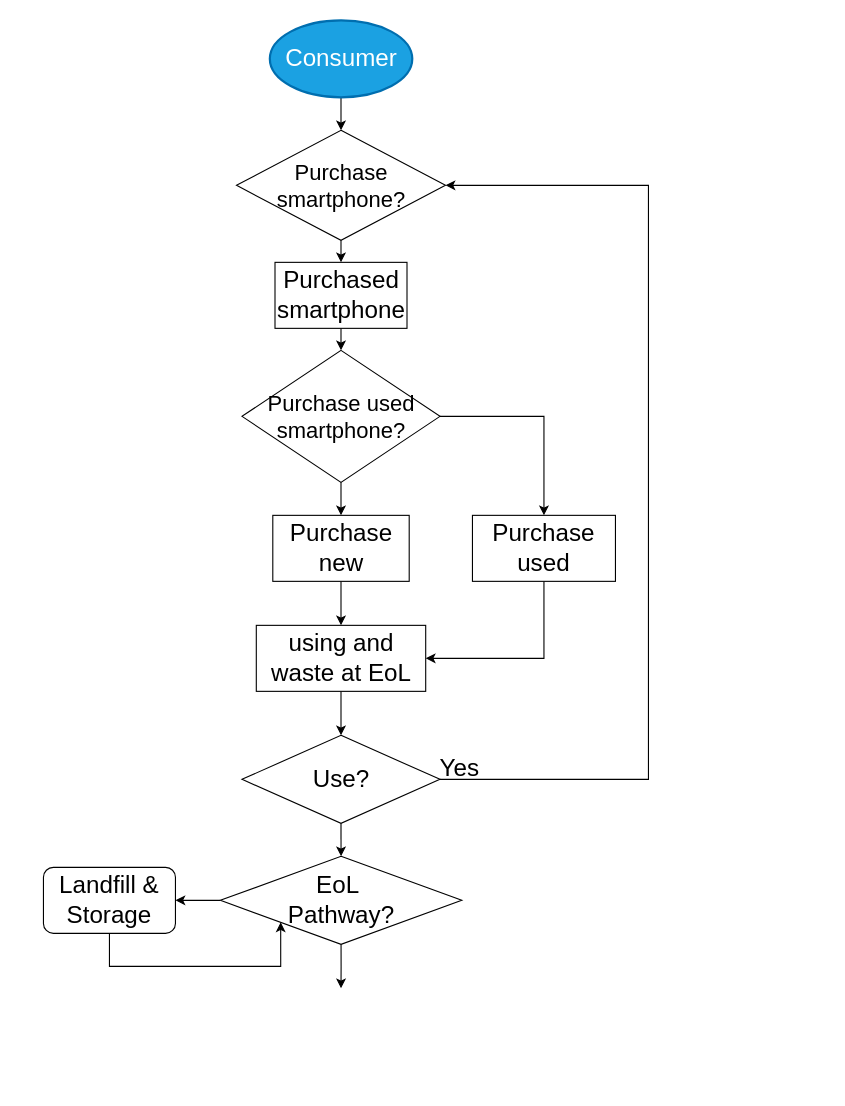
The draw.io diagram supplementary/consumer_decision_tree.drawio in jungletada/ABMSF, before the edit. Source tidied: cells renumbered, new cells numbered last; positions are measured from the earlier drawing's top-left corner, leaving out a move shared by most shapes. Both pictures are drawn from the tidied source at 110%, with x=0, y=0 at pixel (43, 20).
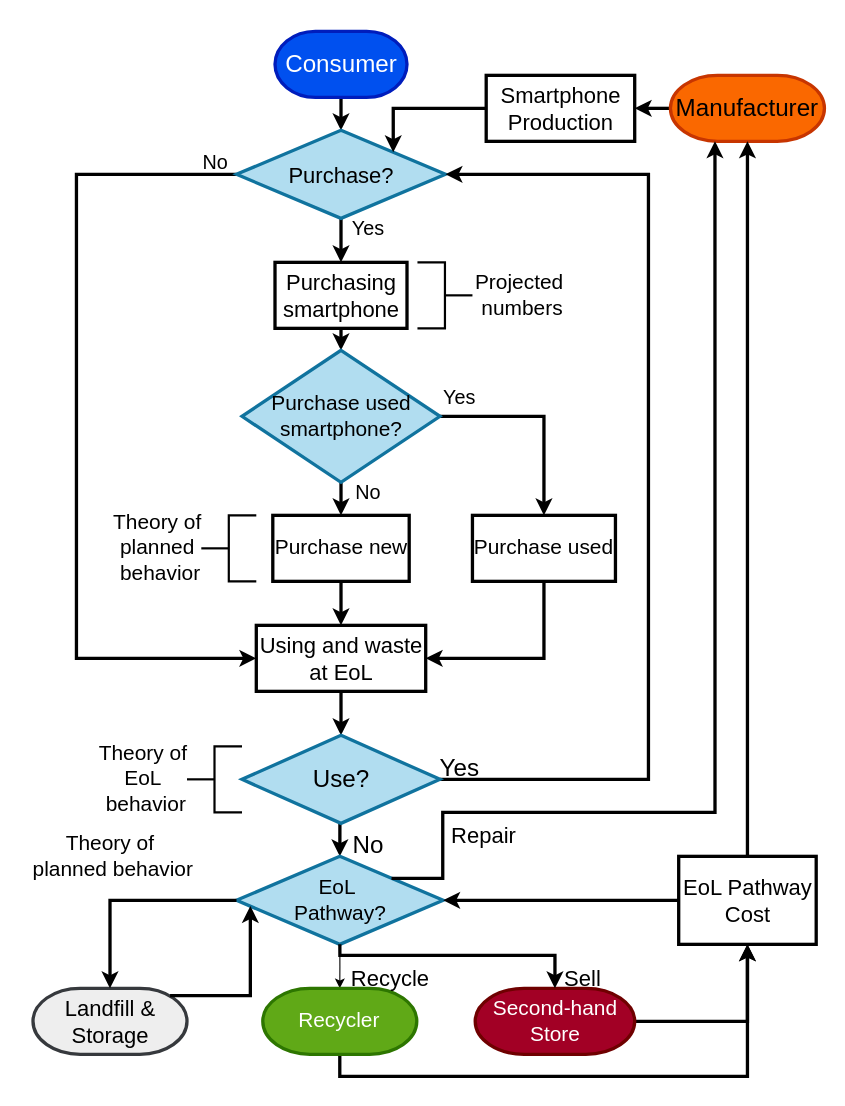
The same page after the edit.

The edit, as a diff of the source:
```diff
@@
-    <mxCell id="2" style="edgeStyle=orthogonalEdgeStyle;rounded=0;jettySize=auto;html=1;exitX=0.5;exitY=1;exitDx=0;exitDy=0;entryX=0.5;entryY=0;entryDx=0;entryDy=0;" parent="1" edge="1" target="4">
+    <mxCell id="2" style="edgeStyle=orthogonalEdgeStyle;rounded=0;jettySize=auto;html=1;exitX=0.5;exitY=1;exitDx=0;exitDy=0;entryX=0.5;entryY=0;entryDx=0;entryDy=0;strokeWidth=3;" parent="1" edge="1" target="4">
       <mxGeometry relative="1" as="geometry">
         <mxPoint x="270.5" y="70" as="sourcePoint" />
       </mxGeometry>
     </mxCell>
-    <mxCell id="3" style="edgeStyle=orthogonalEdgeStyle;rounded=0;jettySize=auto;html=1;exitX=0.5;exitY=1;exitDx=0;exitDy=0;entryX=0.5;entryY=0;entryDx=0;entryDy=0;" parent="1" edge="1" source="4" target="8">
+    <mxCell id="3" style="edgeStyle=orthogonalEdgeStyle;rounded=0;jettySize=auto;html=1;exitX=0.5;exitY=1;exitDx=0;exitDy=0;entryX=0.5;entryY=0;entryDx=0;entryDy=0;strokeWidth=3;" parent="1" edge="1" source="4" target="8">
       <mxGeometry relative="1" as="geometry" />
     </mxCell>
+    <mxCell id="26" style="edgeStyle=orthogonalEdgeStyle;rounded=0;jettySize=auto;html=1;entryX=0;entryY=0.5;entryDx=0;entryDy=0;exitX=0;exitY=0.5;exitDx=0;exitDy=0;strokeWidth=3;" parent="1" edge="1" source="4" target="15">
+      <mxGeometry relative="1" as="geometry">
+        <Array as="points">
+          <mxPoint x="30" y="140" />
+          <mxPoint x="30" y="580" />
+        </Array>
+      </mxGeometry>
+    </mxCell>
-    <mxCell id="4" value="&lt;font style=&quot;font-size: 20px;&quot;&gt;Purchase smartphone?&lt;/font&gt;" style="rhombus;whiteSpace=wrap;html=1;fontSize=20;" parent="1" vertex="1">
-      <mxGeometry x="175.5" y="100" width="190" height="100" as="geometry" />
+    <mxCell id="4" value="&lt;font style=&quot;font-size: 20px;&quot;&gt;Purchase?&lt;/font&gt;" style="rhombus;whiteSpace=wrap;html=1;fontSize=20;strokeWidth=3;fillColor=#b1ddf0;strokeColor=#10739e;" parent="1" vertex="1">
+      <mxGeometry x="175.5" y="100" width="190" height="80" as="geometry" />
     </mxCell>
-    <mxCell id="5" style="edgeStyle=orthogonalEdgeStyle;rounded=0;jettySize=auto;html=1;exitX=0.5;exitY=1;exitDx=0;exitDy=0;entryX=1;entryY=0.5;entryDx=0;entryDy=0;" parent="1" edge="1" source="6" target="15">
+    <mxCell id="5" style="edgeStyle=orthogonalEdgeStyle;rounded=0;jettySize=auto;html=1;exitX=0.5;exitY=1;exitDx=0;exitDy=0;entryX=1;entryY=0.5;entryDx=0;entryDy=0;strokeWidth=3;" parent="1" edge="1" source="6" target="15">
       <mxGeometry relative="1" as="geometry" />
     </mxCell>
-    <mxCell id="6" value="&lt;font style=&quot;font-size: 22px;&quot;&gt;Purchase used&lt;/font&gt;" style="rounded=0;whiteSpace=wrap;html=1;" parent="1" vertex="1">
+    <mxCell id="6" value="&lt;font style=&quot;font-size: 19px;&quot;&gt;Purchase used&lt;/font&gt;" style="rounded=0;whiteSpace=wrap;html=1;fontSize=19;strokeWidth=3;" parent="1" vertex="1">
       <mxGeometry x="390" y="450" width="130" height="60" as="geometry" />
     </mxCell>
-    <mxCell id="7" style="edgeStyle=orthogonalEdgeStyle;rounded=0;jettySize=auto;html=1;exitX=0.5;exitY=1;exitDx=0;exitDy=0;entryX=0.5;entryY=0;entryDx=0;entryDy=0;" parent="1" edge="1" source="8" target="11">
+    <mxCell id="7" style="edgeStyle=orthogonalEdgeStyle;rounded=0;jettySize=auto;html=1;exitX=0.5;exitY=1;exitDx=0;exitDy=0;entryX=0.5;entryY=0;entryDx=0;entryDy=0;strokeWidth=3;" parent="1" edge="1" source="8" target="11">
       <mxGeometry relative="1" as="geometry" />
     </mxCell>
-    <mxCell id="8" value="Purchased smartphone" style="rounded=0;whiteSpace=wrap;html=1;fontSize=22;" parent="1" vertex="1">
+    <mxCell id="8" value="Purchasing smartphone" style="rounded=0;whiteSpace=wrap;html=1;fontSize=20;strokeWidth=3;" parent="1" vertex="1">
       <mxGeometry x="210.5" y="220" width="120" height="60" as="geometry" />
     </mxCell>
-    <mxCell id="9" style="edgeStyle=orthogonalEdgeStyle;rounded=0;jettySize=auto;html=1;exitX=0.5;exitY=1;exitDx=0;exitDy=0;entryX=0.5;entryY=0;entryDx=0;entryDy=0;" parent="1" edge="1" source="11" target="13">
+    <mxCell id="9" style="edgeStyle=orthogonalEdgeStyle;rounded=0;jettySize=auto;html=1;exitX=0.5;exitY=1;exitDx=0;exitDy=0;entryX=0.5;entryY=0;entryDx=0;entryDy=0;strokeWidth=3;" parent="1" edge="1" source="11" target="13">
       <mxGeometry relative="1" as="geometry" />
     </mxCell>
-    <mxCell id="10" style="edgeStyle=orthogonalEdgeStyle;rounded=0;jettySize=auto;html=1;exitX=1;exitY=0.5;exitDx=0;exitDy=0;" parent="1" edge="1" source="11" target="6">
+    <mxCell id="10" style="edgeStyle=orthogonalEdgeStyle;rounded=0;jettySize=auto;html=1;exitX=1;exitY=0.5;exitDx=0;exitDy=0;strokeWidth=3;" parent="1" edge="1" source="11" target="6">
       <mxGeometry relative="1" as="geometry" />
     </mxCell>
-    <mxCell id="11" value="&lt;div style=&quot;font-size: 20px;&quot;&gt;&lt;span style=&quot;font-size: 20px; background-color: initial;&quot;&gt;Purchase used smartphone?&lt;/span&gt;&lt;br style=&quot;font-size: 20px;&quot;&gt;&lt;/div&gt;" style="rhombus;whiteSpace=wrap;html=1;fontSize=20;" parent="1" vertex="1">
+    <mxCell id="11" value="&lt;div style=&quot;font-size: 19px;&quot;&gt;&lt;span style=&quot;font-size: 19px; background-color: initial;&quot;&gt;Purchase used smartphone?&lt;/span&gt;&lt;br style=&quot;font-size: 19px;&quot;&gt;&lt;/div&gt;" style="rhombus;whiteSpace=wrap;html=1;fontSize=19;strokeWidth=3;fillColor=#b1ddf0;strokeColor=#10739e;" parent="1" vertex="1">
       <mxGeometry x="180.5" y="300" width="180" height="120" as="geometry" />
     </mxCell>
-    <mxCell id="12" style="edgeStyle=orthogonalEdgeStyle;rounded=0;jettySize=auto;html=1;exitX=0.5;exitY=1;exitDx=0;exitDy=0;entryX=0.5;entryY=0;entryDx=0;entryDy=0;" parent="1" edge="1" source="13" target="15">
+    <mxCell id="12" style="edgeStyle=orthogonalEdgeStyle;rounded=0;jettySize=auto;html=1;exitX=0.5;exitY=1;exitDx=0;exitDy=0;entryX=0.5;entryY=0;entryDx=0;entryDy=0;strokeWidth=3;" parent="1" edge="1" source="13" target="15">
       <mxGeometry relative="1" as="geometry" />
     </mxCell>
-    <mxCell id="13" value="&lt;font style=&quot;font-size: 22px;&quot;&gt;Purchase new&lt;/font&gt;" style="rounded=0;whiteSpace=wrap;html=1;" parent="1" vertex="1">
+    <mxCell id="13" value="&lt;font style=&quot;font-size: 19px;&quot;&gt;Purchase new&lt;/font&gt;" style="rounded=0;whiteSpace=wrap;html=1;fontSize=19;strokeWidth=3;" parent="1" vertex="1">
       <mxGeometry x="208.5" y="450" width="124" height="60" as="geometry" />
     </mxCell>
-    <mxCell id="14" style="edgeStyle=orthogonalEdgeStyle;rounded=0;jettySize=auto;html=1;exitX=0.5;exitY=1;exitDx=0;exitDy=0;" parent="1" edge="1" source="15" target="18">
+    <mxCell id="14" style="edgeStyle=orthogonalEdgeStyle;rounded=0;jettySize=auto;html=1;exitX=0.5;exitY=1;exitDx=0;exitDy=0;strokeWidth=3;" parent="1" edge="1" source="15" target="18">
       <mxGeometry relative="1" as="geometry" />
     </mxCell>
-    <mxCell id="15" value="&lt;font style=&quot;font-size: 22px;&quot;&gt;using and waste at EoL&lt;/font&gt;" style="rounded=0;whiteSpace=wrap;html=1;" parent="1" vertex="1">
+    <mxCell id="15" value="&lt;font style=&quot;font-size: 20px;&quot;&gt;Using and waste at EoL&lt;/font&gt;" style="rounded=0;whiteSpace=wrap;html=1;fontSize=20;strokeWidth=3;" parent="1" vertex="1">
       <mxGeometry x="193.5" y="550" width="154" height="60" as="geometry" />
     </mxCell>
-    <mxCell id="16" style="edgeStyle=orthogonalEdgeStyle;rounded=0;jettySize=auto;html=1;exitX=1;exitY=0.5;exitDx=0;exitDy=0;entryX=1;entryY=0.5;entryDx=0;entryDy=0;" parent="1" edge="1" source="18" target="4">
+    <mxCell id="16" style="edgeStyle=orthogonalEdgeStyle;rounded=0;jettySize=auto;html=1;exitX=1;exitY=0.5;exitDx=0;exitDy=0;entryX=1;entryY=0.5;entryDx=0;entryDy=0;strokeWidth=3;" parent="1" edge="1" source="18" target="4">
       <mxGeometry relative="1" as="geometry">
         <Array as="points">
           <mxPoint x="550" y="690" />
-          <mxPoint x="550" y="150" />
+          <mxPoint x="550" y="140" />
         </Array>
       </mxGeometry>
     </mxCell>
-    <mxCell id="17" style="edgeStyle=orthogonalEdgeStyle;rounded=0;jettySize=auto;html=1;exitX=0.5;exitY=1;exitDx=0;exitDy=0;entryX=0.5;entryY=0;entryDx=0;entryDy=0;" parent="1" edge="1" source="18" target="22">
+    <mxCell id="17" style="edgeStyle=orthogonalEdgeStyle;rounded=0;jettySize=auto;html=1;exitX=0.5;exitY=1;exitDx=0;exitDy=0;entryX=0.5;entryY=0;entryDx=0;entryDy=0;strokeWidth=3;" parent="1" edge="1" source="18" target="22">
       <mxGeometry relative="1" as="geometry" />
     </mxCell>
-    <mxCell id="18" value="&lt;div style=&quot;font-size: 22px;&quot;&gt;&lt;span style=&quot;font-size: 22px; background-color: initial;&quot;&gt;Use?&lt;/span&gt;&lt;br style=&quot;font-size: 22px;&quot;&gt;&lt;/div&gt;" style="rhombus;whiteSpace=wrap;html=1;fontSize=22;" parent="1" vertex="1">
+    <mxCell id="18" value="&lt;div style=&quot;font-size: 22px;&quot;&gt;&lt;span style=&quot;font-size: 22px; background-color: initial;&quot;&gt;Use?&lt;/span&gt;&lt;br style=&quot;font-size: 22px;&quot;&gt;&lt;/div&gt;" style="rhombus;whiteSpace=wrap;html=1;fontSize=22;strokeWidth=3;fillColor=#b1ddf0;strokeColor=#10739e;" parent="1" vertex="1">
       <mxGeometry x="180.5" y="650" width="180" height="80" as="geometry" />
     </mxCell>
@@
-    <mxCell id="20" style="edgeStyle=orthogonalEdgeStyle;rounded=0;jettySize=auto;html=1;exitX=0;exitY=0.5;exitDx=0;exitDy=0;entryX=1;entryY=0.5;entryDx=0;entryDy=0;" parent="1" edge="1" source="22" target="24">
-      <mxGeometry relative="1" as="geometry" />
-    </mxCell>
-    <mxCell id="21" style="edgeStyle=orthogonalEdgeStyle;rounded=0;jettySize=auto;html=1;exitX=0.5;exitY=1;exitDx=0;exitDy=0;entryX=0.5;entryY=0;entryDx=0;entryDy=0;" parent="1" edge="1" source="22">
-      <mxGeometry relative="1" as="geometry">
-        <mxPoint x="270.5" y="880" as="targetPoint" />
-      </mxGeometry>
+    <mxCell id="21" style="edgeStyle=orthogonalEdgeStyle;rounded=0;jettySize=auto;html=1;exitX=0.5;exitY=1;exitDx=0;exitDy=0;entryX=0.5;entryY=0;entryDx=0;entryDy=0;entryPerimeter=0;" parent="1" edge="1" source="22" target="40">
+      <mxGeometry relative="1" as="geometry" />
     </mxCell>
-    <mxCell id="22" value="&lt;div style=&quot;font-size: 22px;&quot;&gt;&lt;span style=&quot;font-size: 22px; background-color: initial;&quot;&gt;EoL&amp;nbsp;&lt;/span&gt;&lt;/div&gt;&lt;div style=&quot;font-size: 22px;&quot;&gt;&lt;span style=&quot;font-size: 22px; background-color: initial;&quot;&gt;Pathway?&lt;/span&gt;&lt;br style=&quot;font-size: 22px;&quot;&gt;&lt;/div&gt;" style="rhombus;whiteSpace=wrap;html=1;fontSize=22;" parent="1" vertex="1">
-      <mxGeometry x="160.8" y="760" width="219.5" height="80" as="geometry" />
+    <mxCell id="22" value="&lt;div style=&quot;font-size: 19px;&quot;&gt;&lt;span style=&quot;font-size: 19px; background-color: initial;&quot;&gt;EoL&amp;nbsp;&lt;/span&gt;&lt;/div&gt;&lt;div style=&quot;font-size: 19px;&quot;&gt;&lt;span style=&quot;font-size: 19px; background-color: initial;&quot;&gt;Pathway?&lt;/span&gt;&lt;br style=&quot;font-size: 19px;&quot;&gt;&lt;/div&gt;" style="rhombus;whiteSpace=wrap;html=1;fontSize=19;strokeWidth=3;fillColor=#b1ddf0;strokeColor=#10739e;" parent="1" vertex="1">
+      <mxGeometry x="175.5" y="760" width="187.9" height="80" as="geometry" />
     </mxCell>
+    <mxCell id="25" value="&lt;span style=&quot;color: rgb(255, 255, 255); font-size: 22px;&quot;&gt;Consumer&lt;/span&gt;" style="strokeWidth=3;html=1;shape=mxgraph.flowchart.terminator;whiteSpace=wrap;fillColor=#0050ef;strokeColor=#001DBC;fontColor=#ffffff;" parent="1" vertex="1">
+      <mxGeometry x="210.5" y="10" width="120" height="60" as="geometry" />
+    </mxCell>
+    <mxCell id="27" style="strokeWidth=2;html=1;shape=mxgraph.flowchart.annotation_2;align=left;labelPosition=right;rotation=-180;" parent="1" vertex="1">
+      <mxGeometry x="340" y="220" width="50" height="60" as="geometry" />
+    </mxCell>
+    <mxCell id="28" value="&lt;font style=&quot;font-size: 19px;&quot;&gt;Projected&amp;nbsp;&lt;/font&gt;&lt;div style=&quot;font-size: 19px;&quot;&gt;&lt;font style=&quot;font-size: 19px;&quot;&gt;numbers&lt;/font&gt;&lt;/div&gt;" style="text;html=1;align=center;verticalAlign=middle;strokeColor=none;fillColor=none;" parent="1" vertex="1">
+      <mxGeometry x="380.2" y="220" width="110" height="60" as="geometry" />
+    </mxCell>
+    <mxCell id="29" value="&lt;font style=&quot;font-size: 18px;&quot;&gt;Yes&lt;/font&gt;" style="text;html=1;align=center;verticalAlign=middle;strokeColor=none;fillColor=none;" parent="1" vertex="1">
+      <mxGeometry x="352.5" y="323" width="50" height="40" as="geometry" />
+    </mxCell>
+    <mxCell id="30" value="&lt;font style=&quot;font-size: 18px;&quot;&gt;No&lt;/font&gt;" style="text;html=1;align=center;verticalAlign=middle;strokeColor=none;fillColor=none;" parent="1" vertex="1">
+      <mxGeometry x="270" y="410" width="50" height="40" as="geometry" />
+    </mxCell>
+    <mxCell id="31" style="strokeWidth=2;html=1;shape=mxgraph.flowchart.annotation_2;align=left;labelPosition=right;" parent="1" vertex="1">
+      <mxGeometry x="143.5" y="450" width="50" height="60" as="geometry" />
+    </mxCell>
+    <mxCell id="32" value="&lt;span style=&quot;font-size: 19px;&quot;&gt;Theory of&amp;nbsp;&lt;br&gt;planned&amp;nbsp;&lt;/span&gt;&lt;div&gt;&lt;span style=&quot;font-size: 19px;&quot;&gt;behavior&lt;/span&gt;&lt;/div&gt;" style="text;html=1;align=center;verticalAlign=middle;strokeColor=none;fillColor=none;" parent="1" vertex="1">
+      <mxGeometry x="50.8" y="440" width="110" height="80" as="geometry" />
+    </mxCell>
+    <mxCell id="33" value="&lt;font style=&quot;font-size: 18px;&quot;&gt;Yes&lt;/font&gt;" style="text;html=1;align=center;verticalAlign=middle;strokeColor=none;fillColor=none;" parent="1" vertex="1">
+      <mxGeometry x="270" y="170" width="50" height="40" as="geometry" />
+    </mxCell>
+    <mxCell id="34" value="&lt;font style=&quot;font-size: 18px;&quot;&gt;No&lt;/font&gt;" style="text;html=1;align=center;verticalAlign=middle;strokeColor=none;fillColor=none;" parent="1" vertex="1">
+      <mxGeometry x="130.5" y="110" width="50" height="40" as="geometry" />
+    </mxCell>
+    <mxCell id="35" value="&lt;font style=&quot;font-size: 22px;&quot;&gt;No&lt;/font&gt;" style="text;html=1;align=center;verticalAlign=middle;strokeColor=none;fillColor=none;" parent="1" vertex="1">
+      <mxGeometry x="270" y="730" width="50" height="40" as="geometry" />
+    </mxCell>
+    <mxCell id="36" style="strokeWidth=2;html=1;shape=mxgraph.flowchart.annotation_2;align=left;labelPosition=right;" parent="1" vertex="1">
+      <mxGeometry x="130.5" y="660" width="50" height="60" as="geometry" />
+    </mxCell>
+    <mxCell id="37" value="&lt;span style=&quot;font-size: 19px;&quot;&gt;Theory of&amp;nbsp;&lt;br&gt;EoL&amp;nbsp;&lt;/span&gt;&lt;div&gt;&lt;span style=&quot;font-size: 19px;&quot;&gt;behavior&lt;/span&gt;&lt;/div&gt;" style="text;html=1;align=center;verticalAlign=middle;strokeColor=none;fillColor=none;" parent="1" vertex="1">
+      <mxGeometry x="37.8" y="650" width="110" height="80" as="geometry" />
+    </mxCell>
+    <mxCell id="24" value="&lt;span style=&quot;font-size: 20px;&quot;&gt;Landfill &amp;amp; Storage&lt;/span&gt;" style="strokeWidth=3;html=1;shape=mxgraph.flowchart.terminator;whiteSpace=wrap;fontSize=20;fillColor=#eeeeee;strokeColor=#36393d;" parent="1" vertex="1">
+      <mxGeometry x="-9.5" y="880" width="140" height="60" as="geometry" />
+    </mxCell>
+    <mxCell id="38" style="edgeStyle=orthogonalEdgeStyle;rounded=0;jettySize=auto;html=1;exitX=1;exitY=0.5;exitDx=0;exitDy=0;exitPerimeter=0;strokeWidth=3;" parent="1" edge="1" source="49" target="46">
+      <mxGeometry relative="1" as="geometry" />
+    </mxCell>
+    <mxCell id="39" style="edgeStyle=orthogonalEdgeStyle;rounded=0;jettySize=auto;html=1;exitX=0.5;exitY=1;exitDx=0;exitDy=0;exitPerimeter=0;entryX=0.5;entryY=1;entryDx=0;entryDy=0;strokeWidth=3;" parent="1" edge="1" source="40" target="46">
+      <mxGeometry relative="1" as="geometry" />
+    </mxCell>
+    <mxCell id="40" value="&lt;font style=&quot;font-size: 19px;&quot;&gt;Recycler&lt;/font&gt;" style="strokeWidth=3;html=1;shape=mxgraph.flowchart.terminator;whiteSpace=wrap;fillColor=#60a917;fontColor=#ffffff;strokeColor=#2D7600;" parent="1" vertex="1">
+      <mxGeometry x="199.4" y="880" width="140" height="60" as="geometry" />
+    </mxCell>
+    <mxCell id="41" style="edgeStyle=orthogonalEdgeStyle;rounded=0;jettySize=auto;html=1;exitX=0;exitY=0.5;exitDx=0;exitDy=0;exitPerimeter=0;entryX=1;entryY=0.5;entryDx=0;entryDy=0;strokeWidth=3;" parent="1" edge="1" source="42" target="44">
+      <mxGeometry relative="1" as="geometry" />
+    </mxCell>
+    <mxCell id="42" value="&lt;span style=&quot;font-size: 22px;&quot;&gt;Manufacturer&lt;/span&gt;" style="strokeWidth=3;html=1;shape=mxgraph.flowchart.terminator;whiteSpace=wrap;fillColor=#fa6800;fontColor=#000000;strokeColor=#C73500;" parent="1" vertex="1">
+      <mxGeometry x="570" y="50" width="140" height="60" as="geometry" />
+    </mxCell>
+    <mxCell id="43" style="edgeStyle=orthogonalEdgeStyle;rounded=0;jettySize=auto;html=1;exitX=0;exitY=0.5;exitDx=0;exitDy=0;entryX=1;entryY=0;entryDx=0;entryDy=0;strokeWidth=3;" parent="1" edge="1" source="44" target="4">
+      <mxGeometry relative="1" as="geometry">
+        <Array as="points">
+          <mxPoint x="318" y="80" />
+        </Array>
+      </mxGeometry>
+    </mxCell>
+    <mxCell id="44" value="Smartphone Production" style="rounded=0;whiteSpace=wrap;html=1;fontSize=20;strokeWidth=3;" parent="1" vertex="1">
+      <mxGeometry x="402.5" y="50" width="135" height="60" as="geometry" />
+    </mxCell>
+    <mxCell id="45" style="edgeStyle=orthogonalEdgeStyle;rounded=0;jettySize=auto;html=1;strokeWidth=3;" parent="1" edge="1" source="46" target="22">
+      <mxGeometry relative="1" as="geometry" />
+    </mxCell>
+    <mxCell id="46" value="&lt;span style=&quot;font-size: 20px;&quot;&gt;EoL Pathway Cost&lt;/span&gt;" style="rounded=0;whiteSpace=wrap;html=1;fontSize=20;strokeWidth=3;" parent="1" vertex="1">
+      <mxGeometry x="577.5" y="760" width="125" height="80" as="geometry" />
+    </mxCell>
+    <mxCell id="47" value="&lt;font style=&quot;font-size: 20px;&quot;&gt;Repair&lt;/font&gt;" style="text;html=1;align=center;verticalAlign=middle;strokeColor=none;fillColor=none;" parent="1" vertex="1">
+      <mxGeometry x="360" y="720" width="80" height="40" as="geometry" />
+    </mxCell>
+    <mxCell id="48" value="&lt;font style=&quot;font-size: 20px;&quot;&gt;Recycle&lt;/font&gt;" style="text;html=1;align=center;verticalAlign=middle;strokeColor=none;fillColor=none;" parent="1" vertex="1">
+      <mxGeometry x="270" y="850" width="90" height="40" as="geometry" />
+    </mxCell>
+    <mxCell id="49" value="&lt;span style=&quot;font-size: 19px;&quot;&gt;Second-hand Store&lt;/span&gt;" style="strokeWidth=3;html=1;shape=mxgraph.flowchart.terminator;whiteSpace=wrap;fillColor=#a20025;fontColor=#ffffff;strokeColor=#6F0000;fontSize=19;" parent="1" vertex="1">
+      <mxGeometry x="392.5" y="880" width="145" height="60" as="geometry" />
+    </mxCell>
+    <mxCell id="20" style="edgeStyle=orthogonalEdgeStyle;rounded=0;jettySize=auto;html=1;exitX=0;exitY=0.5;exitDx=0;exitDy=0;entryX=0.5;entryY=0;entryDx=0;entryDy=0;entryPerimeter=0;strokeWidth=3;" parent="1" edge="1" source="22" target="24">
+      <mxGeometry relative="1" as="geometry" />
+    </mxCell>
-    <mxCell id="23" style="edgeStyle=orthogonalEdgeStyle;rounded=0;jettySize=auto;html=1;entryX=0;entryY=1;entryDx=0;entryDy=0;" parent="1" edge="1" source="24" target="22">
-      <mxGeometry relative="1" as="geometry">
-        <Array as="points">
-          <mxPoint x="60" y="860" />
-          <mxPoint x="216" y="860" />
-        </Array>
-      </mxGeometry>
+    <mxCell id="23" style="edgeStyle=orthogonalEdgeStyle;rounded=0;jettySize=auto;html=1;exitX=0.89;exitY=0.11;exitDx=0;exitDy=0;exitPerimeter=0;entryX=0.067;entryY=0.563;entryDx=0;entryDy=0;entryPerimeter=0;strokeWidth=3;" parent="1" edge="1" source="24" target="22">
+      <mxGeometry relative="1" as="geometry" />
     </mxCell>
-    <mxCell id="24" value="&lt;span style=&quot;color: rgb(0, 0, 0);&quot;&gt;Landfill &amp;amp; Storage&lt;/span&gt;" style="rounded=1;whiteSpace=wrap;html=1;fontSize=22;glass=0;strokeWidth=1;shadow=0;" parent="1" vertex="1">
-      <mxGeometry y="770" width="120" height="60" as="geometry" />
-    </mxCell>
-    <mxCell id="25" value="&lt;span style=&quot;color: rgb(255, 255, 255); font-size: 22px;&quot;&gt;Consumer&lt;/span&gt;" style="strokeWidth=2;html=1;shape=mxgraph.flowchart.start_1;whiteSpace=wrap;fillColor=#1ba1e2;fontColor=#ffffff;strokeColor=#006EAF;" parent="1" vertex="1">
-      <mxGeometry x="205.8" width="129.5" height="70" as="geometry" />
-    </mxCell>
+    <mxCell id="50" style="endArrow=classic;html=1;rounded=0;entryX=0.5;entryY=0;entryDx=0;entryDy=0;entryPerimeter=0;exitX=0.5;exitY=1;exitDx=0;exitDy=0;edgeStyle=orthogonalEdgeStyle;strokeWidth=3;" parent="1" edge="1" source="22" target="49">
+      <mxGeometry relative="1" as="geometry">
+        <Array as="points">
+          <mxPoint x="269" y="850" />
+          <mxPoint x="465" y="850" />
+        </Array>
+      </mxGeometry>
+    </mxCell>
+    <mxCell id="51" value="&lt;font style=&quot;font-size: 20px;&quot;&gt;Sell&lt;/font&gt;" style="text;html=1;align=center;verticalAlign=middle;strokeColor=none;fillColor=none;" parent="1" vertex="1">
+      <mxGeometry x="460" y="850" width="60" height="40" as="geometry" />
+    </mxCell>
+    <mxCell id="52" style="edgeStyle=orthogonalEdgeStyle;rounded=0;jettySize=auto;html=1;exitX=0.5;exitY=0;exitDx=0;exitDy=0;entryX=0.5;entryY=1;entryDx=0;entryDy=0;entryPerimeter=0;strokeWidth=3;" parent="1" edge="1" source="46" target="42">
+      <mxGeometry relative="1" as="geometry" />
+    </mxCell>
+    <mxCell id="53" style="edgeStyle=orthogonalEdgeStyle;rounded=0;jettySize=auto;html=1;exitX=1;exitY=0;exitDx=0;exitDy=0;entryX=0.289;entryY=0.997;entryDx=0;entryDy=0;entryPerimeter=0;strokeWidth=3;" parent="1" edge="1" source="22" target="42">
+      <mxGeometry relative="1" as="geometry">
+        <Array as="points">
+          <mxPoint x="363" y="780" />
+          <mxPoint x="363" y="720" />
+          <mxPoint x="611" y="720" />
+        </Array>
+      </mxGeometry>
+    </mxCell>
+    <mxCell id="54" value="&lt;span style=&quot;font-size: 19px;&quot;&gt;Theory of&amp;nbsp;&lt;/span&gt;&lt;div&gt;&lt;span style=&quot;font-size: 19px;&quot;&gt;planned&amp;nbsp;&lt;/span&gt;&lt;span style=&quot;font-size: 19px; background-color: initial;&quot;&gt;behavior&lt;/span&gt;&lt;/div&gt;" style="text;html=1;align=center;verticalAlign=middle;strokeColor=none;fillColor=none;" parent="1" vertex="1">
+      <mxGeometry x="-22.2" y="730" width="170" height="60" as="geometry" />
+    </mxCell>
```
